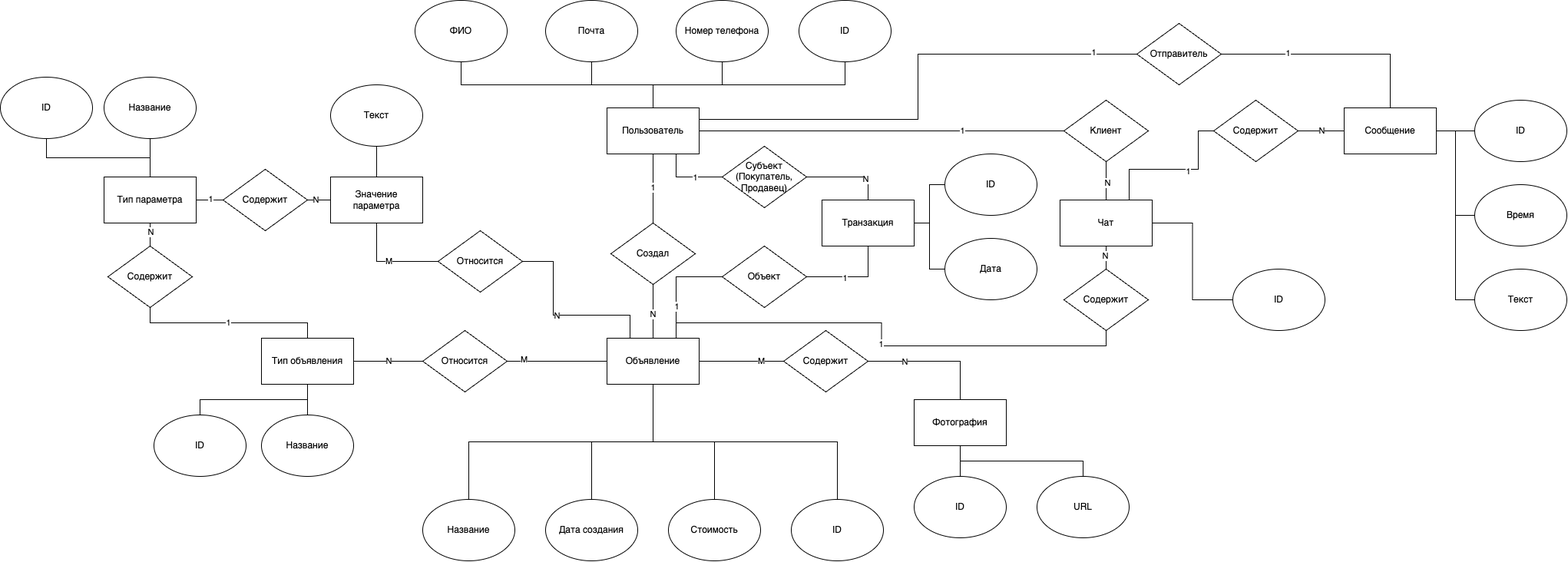
Holodome/maweituo keeps this draw.io diagram as docs/img/er.png. Above is the earlier version. Source tidied: cells renumbered, new cells last; positions are measured from the earlier drawing's top-left corner, leaving out a move shared by most shapes.
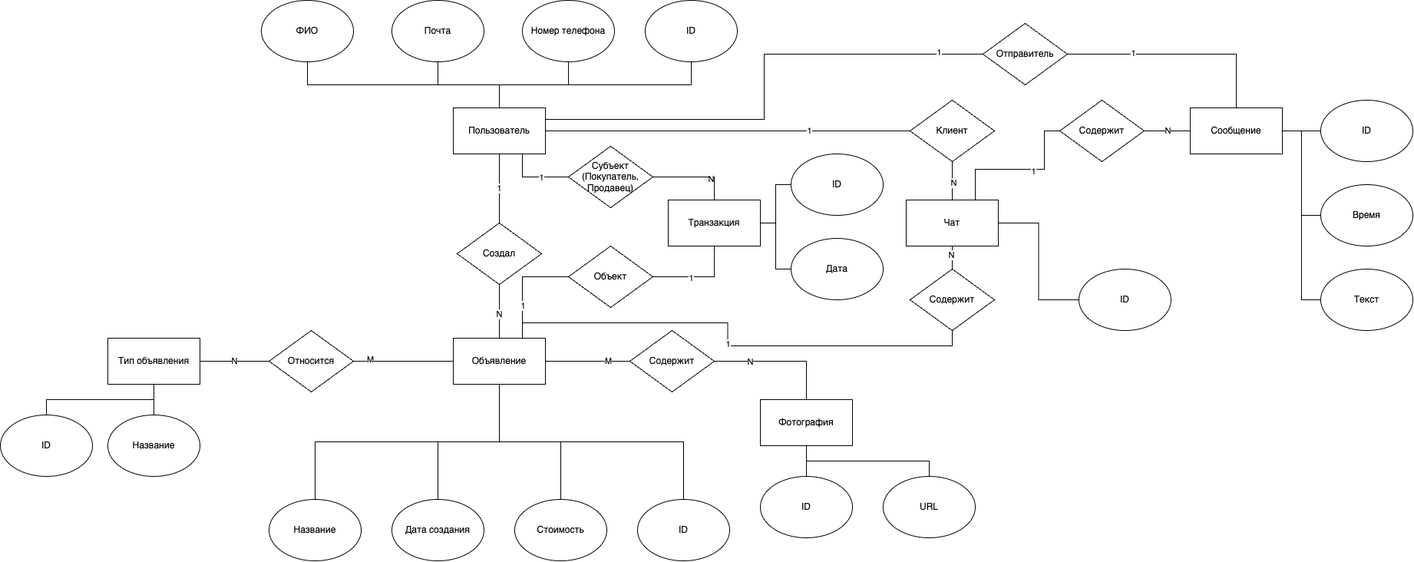
Above is the later version.

Change to the diagram source:
```diff
@@ -65,18 +65,6 @@
     <mxCell id="22" value="M" style="edgeLabel;html=1;align=center;verticalAlign=middle;" parent="21" vertex="1">
       <mxGeometry x="0.47" y="1" relative="1" as="geometry" />
     </mxCell>
-    <mxCell id="23" style="edgeStyle=orthogonalEdgeStyle;rounded=0;jettySize=auto;html=1;exitX=0.25;exitY=0;exitDx=0;exitDy=0;entryX=1;entryY=0.5;entryDx=0;entryDy=0;endArrow=none;endFill=0;" parent="1" edge="1" source="26" target="82">
-      <mxGeometry relative="1" as="geometry">
-        <Array as="points">
-          <mxPoint x="820" y="410" />
-          <mxPoint x="720" y="410" />
-          <mxPoint x="720" y="340" />
-        </Array>
-      </mxGeometry>
-    </mxCell>
-    <mxCell id="24" value="N" style="edgeLabel;html=1;align=center;verticalAlign=middle;" parent="23" vertex="1">
-      <mxGeometry x="0.06" relative="1" as="geometry" />
-    </mxCell>
     <mxCell id="25" value="1" style="edgeStyle=orthogonalEdgeStyle;rounded=0;jettySize=auto;html=1;exitX=0.75;exitY=0;exitDx=0;exitDy=0;entryX=0.5;entryY=1;entryDx=0;entryDy=0;endArrow=none;endFill=0;" parent="1" edge="1" source="26" target="61">
       <mxGeometry relative="1" as="geometry" />
     </mxCell>
@@ -200,65 +188,6 @@
     <mxCell id="63" value="ID" style="ellipse;whiteSpace=wrap;html=1;" parent="1" vertex="1">
       <mxGeometry x="1605" y="350" width="120" height="80" as="geometry" />
     </mxCell>
-    <mxCell id="64" style="edgeStyle=orthogonalEdgeStyle;rounded=0;jettySize=auto;html=1;exitX=0.5;exitY=1;exitDx=0;exitDy=0;entryX=0.5;entryY=0;entryDx=0;entryDy=0;endArrow=none;endFill=0;" parent="1" edge="1" source="70" target="72">
-      <mxGeometry relative="1" as="geometry" />
-    </mxCell>
-    <mxCell id="65" value="N" style="edgeLabel;html=1;align=center;verticalAlign=middle;" parent="64" vertex="1">
-      <mxGeometry x="-0.27" relative="1" as="geometry" />
-    </mxCell>
-    <mxCell id="66" style="edgeStyle=orthogonalEdgeStyle;rounded=0;jettySize=auto;html=1;exitX=0.5;exitY=0;exitDx=0;exitDy=0;entryX=0.5;entryY=1;entryDx=0;entryDy=0;endArrow=none;endFill=0;" parent="1" edge="1" source="70" target="73">
-      <mxGeometry relative="1" as="geometry" />
-    </mxCell>
-    <mxCell id="67" style="edgeStyle=orthogonalEdgeStyle;rounded=0;jettySize=auto;html=1;exitX=0.5;exitY=0;exitDx=0;exitDy=0;entryX=0.5;entryY=1;entryDx=0;entryDy=0;endArrow=none;endFill=0;" parent="1" edge="1" source="70" target="74">
-      <mxGeometry relative="1" as="geometry" />
-    </mxCell>
-    <mxCell id="68" style="edgeStyle=orthogonalEdgeStyle;rounded=0;jettySize=auto;html=1;exitX=1;exitY=0.5;exitDx=0;exitDy=0;entryX=0;entryY=0.5;entryDx=0;entryDy=0;endArrow=none;endFill=0;" parent="1" edge="1" source="70" target="80">
-      <mxGeometry relative="1" as="geometry" />
-    </mxCell>
-    <mxCell id="69" value="1" style="edgeLabel;html=1;align=center;verticalAlign=middle;" parent="68" vertex="1">
-      <mxGeometry y="2" relative="1" as="geometry" />
-    </mxCell>
-    <mxCell id="70" value="Тип параметра" style="rounded=0;whiteSpace=wrap;html=1;" parent="1" vertex="1">
-      <mxGeometry x="135" y="230" width="120" height="60" as="geometry" />
-    </mxCell>
-    <mxCell id="71" value="1" style="edgeStyle=orthogonalEdgeStyle;rounded=0;jettySize=auto;html=1;exitX=0.5;exitY=1;exitDx=0;exitDy=0;entryX=0.5;entryY=0;entryDx=0;entryDy=0;endArrow=none;endFill=0;" parent="1" edge="1" source="72" target="40">
-      <mxGeometry relative="1" as="geometry" />
-    </mxCell>
-    <mxCell id="72" value="Содержит" style="rhombus;whiteSpace=wrap;html=1;" parent="1" vertex="1">
-      <mxGeometry x="140" y="320" width="110" height="80" as="geometry" />
-    </mxCell>
-    <mxCell id="73" value="ID" style="ellipse;whiteSpace=wrap;html=1;" parent="1" vertex="1">
-      <mxGeometry y="100" width="120" height="80" as="geometry" />
-    </mxCell>
-    <mxCell id="74" value="Название" style="ellipse;whiteSpace=wrap;html=1;" parent="1" vertex="1">
-      <mxGeometry x="135" y="100" width="120" height="80" as="geometry" />
-    </mxCell>
-    <mxCell id="75" style="edgeStyle=orthogonalEdgeStyle;rounded=0;jettySize=auto;html=1;exitX=0.5;exitY=0;exitDx=0;exitDy=0;entryX=0.5;entryY=1;entryDx=0;entryDy=0;endArrow=none;endFill=0;" parent="1" edge="1" source="76" target="77">
-      <mxGeometry relative="1" as="geometry" />
-    </mxCell>
-    <mxCell id="76" value="Значение параметра" style="rounded=0;whiteSpace=wrap;html=1;" parent="1" vertex="1">
-      <mxGeometry x="430" y="230" width="120" height="60" as="geometry" />
-    </mxCell>
-    <mxCell id="77" value="Текст" style="ellipse;whiteSpace=wrap;html=1;" parent="1" vertex="1">
-      <mxGeometry x="430" y="110" width="120" height="80" as="geometry" />
-    </mxCell>
-    <mxCell id="78" style="edgeStyle=orthogonalEdgeStyle;rounded=0;jettySize=auto;html=1;exitX=1;exitY=0.5;exitDx=0;exitDy=0;entryX=0;entryY=0.5;entryDx=0;entryDy=0;endArrow=none;endFill=0;" parent="1" edge="1" source="80" target="76">
-      <mxGeometry relative="1" as="geometry" />
-    </mxCell>
-    <mxCell id="79" value="N" style="edgeLabel;html=1;align=center;verticalAlign=middle;" parent="78" vertex="1">
-      <mxGeometry x="-0.37" y="1" relative="1" as="geometry">
-        <mxPoint x="1" as="offset" />
-      </mxGeometry>
-    </mxCell>
-    <mxCell id="80" value="Содержит" style="rhombus;whiteSpace=wrap;html=1;" parent="1" vertex="1">
-      <mxGeometry x="290" y="220" width="110" height="80" as="geometry" />
-    </mxCell>
-    <mxCell id="81" value="M" style="edgeStyle=orthogonalEdgeStyle;rounded=0;jettySize=auto;html=1;exitX=0;exitY=0.5;exitDx=0;exitDy=0;entryX=0.5;entryY=1;entryDx=0;entryDy=0;endArrow=none;endFill=0;" parent="1" edge="1" source="82" target="76">
-      <mxGeometry relative="1" as="geometry" />
-    </mxCell>
-    <mxCell id="82" value="Относится" style="rhombus;whiteSpace=wrap;html=1;" parent="1" vertex="1">
-      <mxGeometry x="570" y="300" width="110" height="80" as="geometry" />
-    </mxCell>
     <mxCell id="83" style="edgeStyle=orthogonalEdgeStyle;rounded=0;jettySize=auto;html=1;exitX=0.5;exitY=1;exitDx=0;exitDy=0;entryX=1;entryY=0.5;entryDx=0;entryDy=0;endArrow=none;endFill=0;" parent="1" edge="1" source="85" target="88">
       <mxGeometry relative="1" as="geometry" />
     </mxCell>
```
